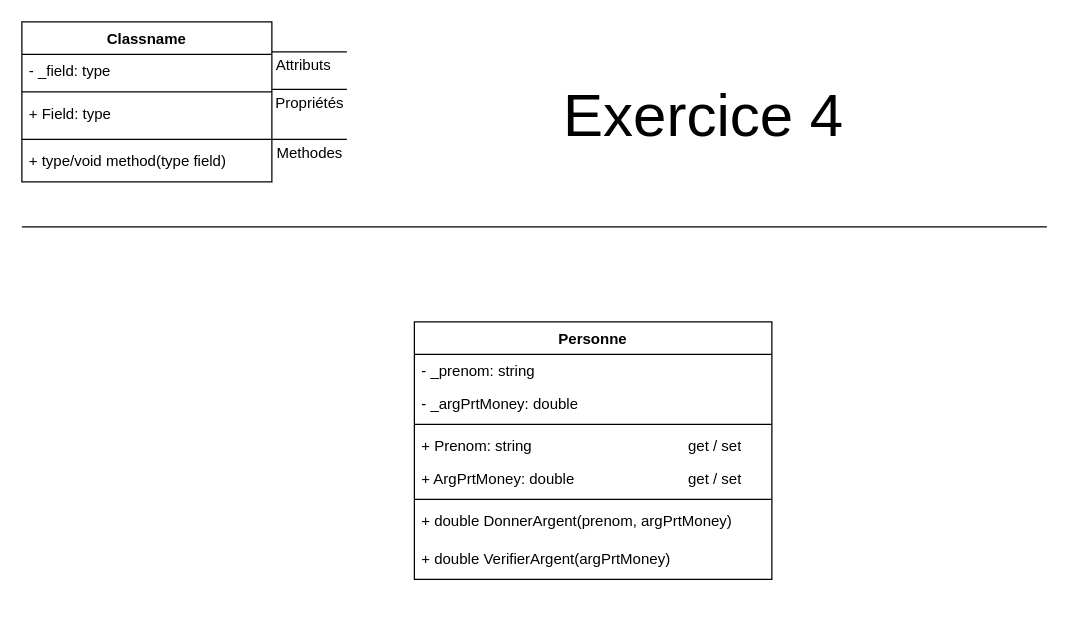
Earlier version of the draw.io diagram page "Ex4" (4 of 5) of POO/ACT_2_POO_ExSimples/ACT_2_POO_AdrienN.drawio (Trex2007/UAA14). Source tidied: cells renumbered, new cells numbered last; positions are measured from the earlier drawing's top-left corner, leaving out a move shared by most shapes. Both pictures are drawn from the tidied source at 125%, with x=0, y=0 at pixel (21, 21).
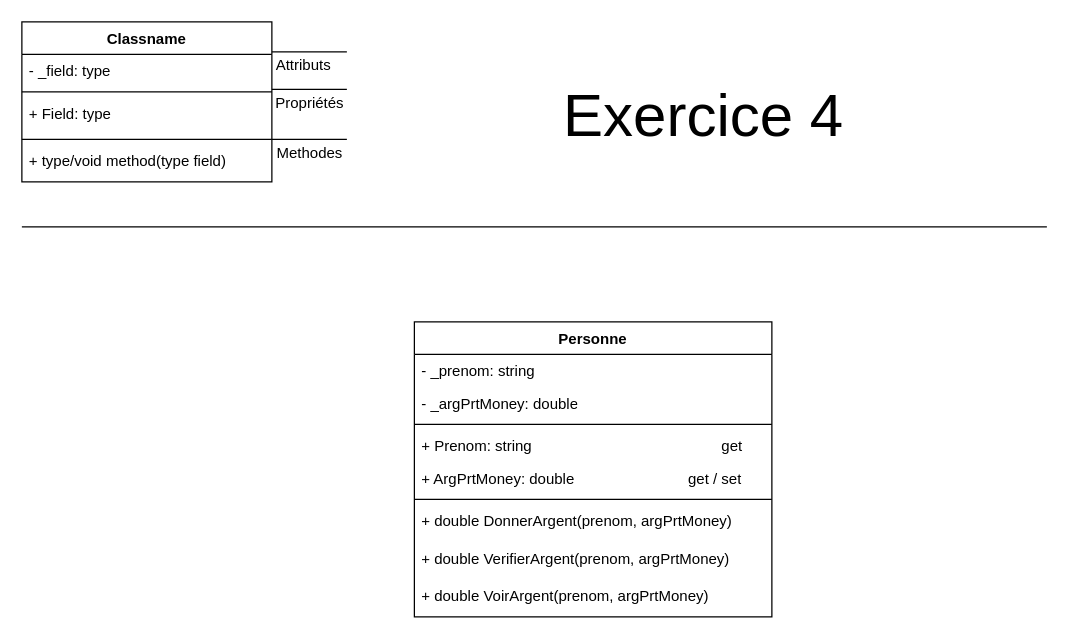
Above is the later version.

The edit, as a diff of the source:
```diff
@@
     <mxCell id="16" value="Personne" style="swimlane;fontStyle=1;align=center;verticalAlign=top;horizontal=1;startSize=26;whiteSpace=wrap;html=1;" parent="1" vertex="1">
-      <mxGeometry x="314" y="240" width="286" height="206" as="geometry" />
+      <mxGeometry x="314" y="240" width="286" height="236" as="geometry" />
     </mxCell>
@@
-    <mxCell id="20" value="+ Prenom: string&lt;span style=&quot;white-space: pre;&quot;&gt;&#9;&lt;/span&gt;&lt;span style=&quot;white-space: pre;&quot;&gt;&#9;&lt;/span&gt;&lt;span style=&quot;white-space: pre;&quot;&gt;&#9;&lt;/span&gt;&lt;span style=&quot;white-space: pre;&quot;&gt;&#9;&lt;/span&gt;&lt;span style=&quot;white-space: pre;&quot;&gt;&#9;&lt;/span&gt;get / set" style="text;strokeColor=none;fillColor=none;align=left;verticalAlign=top;spacingLeft=4;spacingRight=4;overflow=hidden;whiteSpace=wrap;html=1;" parent="16" vertex="1">
+    <mxCell id="20" value="+ Prenom: string&lt;span style=&quot;white-space: pre;&quot;&gt;&#9;&lt;/span&gt;&lt;span style=&quot;white-space: pre;&quot;&gt;&#9;&lt;/span&gt;&lt;span style=&quot;white-space: pre;&quot;&gt;&#9;&lt;/span&gt;&lt;span style=&quot;white-space: pre;&quot;&gt;&#9;&lt;/span&gt;&lt;span style=&quot;white-space: pre;&quot;&gt;&#9;&lt;span style=&quot;white-space: pre;&quot;&gt;&#9;&lt;/span&gt;&lt;/span&gt;get" style="text;strokeColor=none;fillColor=none;align=left;verticalAlign=top;spacingLeft=4;spacingRight=4;overflow=hidden;whiteSpace=wrap;html=1;" parent="16" vertex="1">
       <mxGeometry y="86" width="286" height="26" as="geometry" />
     </mxCell>
@@
-    <mxCell id="24" value="+ double VerifierArgent(argPrtMoney)" style="text;strokeColor=none;fillColor=none;align=left;verticalAlign=top;spacingLeft=4;spacingRight=4;overflow=hidden;whiteSpace=wrap;html=1;" parent="16" vertex="1">
+    <mxCell id="24" value="+ double VerifierArgent(prenom,&amp;nbsp;argPrtMoney)" style="text;strokeColor=none;fillColor=none;align=left;verticalAlign=top;spacingLeft=4;spacingRight=4;overflow=hidden;whiteSpace=wrap;html=1;" parent="16" vertex="1">
       <mxGeometry y="176" width="286" height="30" as="geometry" />
     </mxCell>
+    <mxCell id="25" value="+ double VoirArgent(prenom,&amp;nbsp;argPrtMoney)" style="text;strokeColor=none;fillColor=none;align=left;verticalAlign=top;spacingLeft=4;spacingRight=4;overflow=hidden;whiteSpace=wrap;html=1;" parent="16" vertex="1">
+      <mxGeometry y="206" width="286" height="30" as="geometry" />
+    </mxCell>
```
